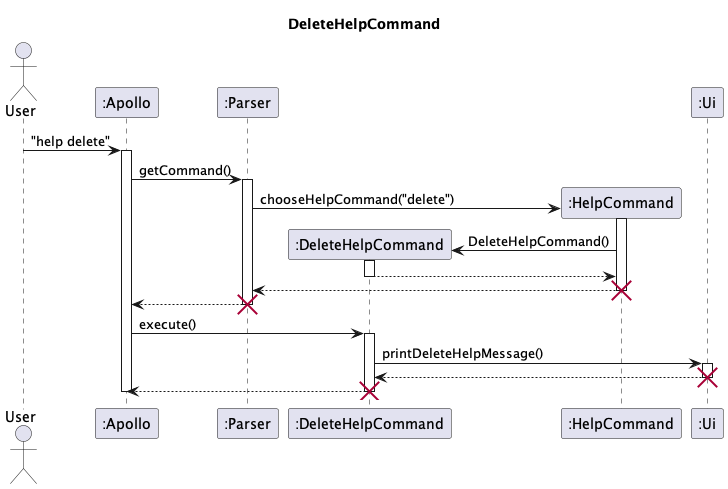
Above: docs/uml-diagrams/DeleteHelpCommand-DeleteHelpCommand.png in nus-cs2113-AY2223S2/tp (PlantUML), before the change.
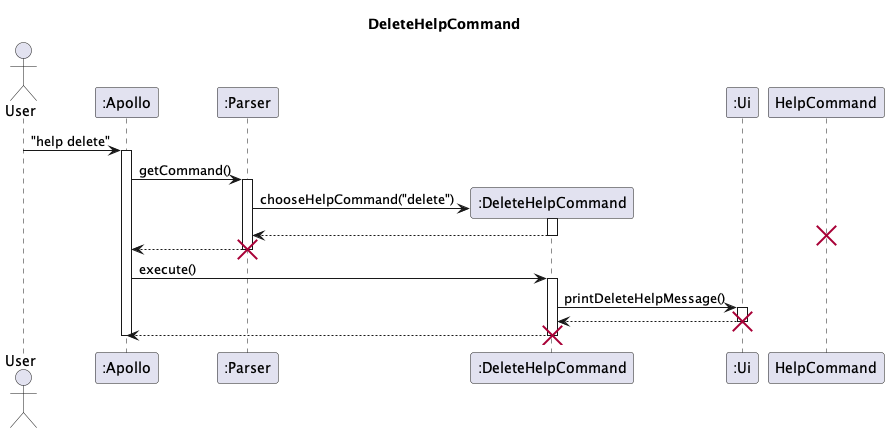
After the change.

Commit message:
Change UML diagrams

What changed in the source:
```diff
@@ -7,19 +7,17 @@
 participant ":Apollo" as Apollo
 participant ":Parser" as Parser
 participant ":DeleteHelpCommand" as DeleteHelp
-participant ":HelpCommand" as HelpCommand
 participant ":Ui" as Ui
 
 User -> Apollo : "help delete"
 activate Apollo
 Apollo -> Parser : getCommand()
 activate Parser
-Parser -> HelpCommand** : chooseHelpCommand("delete")
-activate HelpCommand
-HelpCommand -> DeleteHelp** : DeleteHelpCommand()
+Parser -> DeleteHelp ** : chooseHelpCommand("delete")
+
 activate DeleteHelp
 return
-return
+
 destroy HelpCommand
 
 Parser --> Apollo
```
